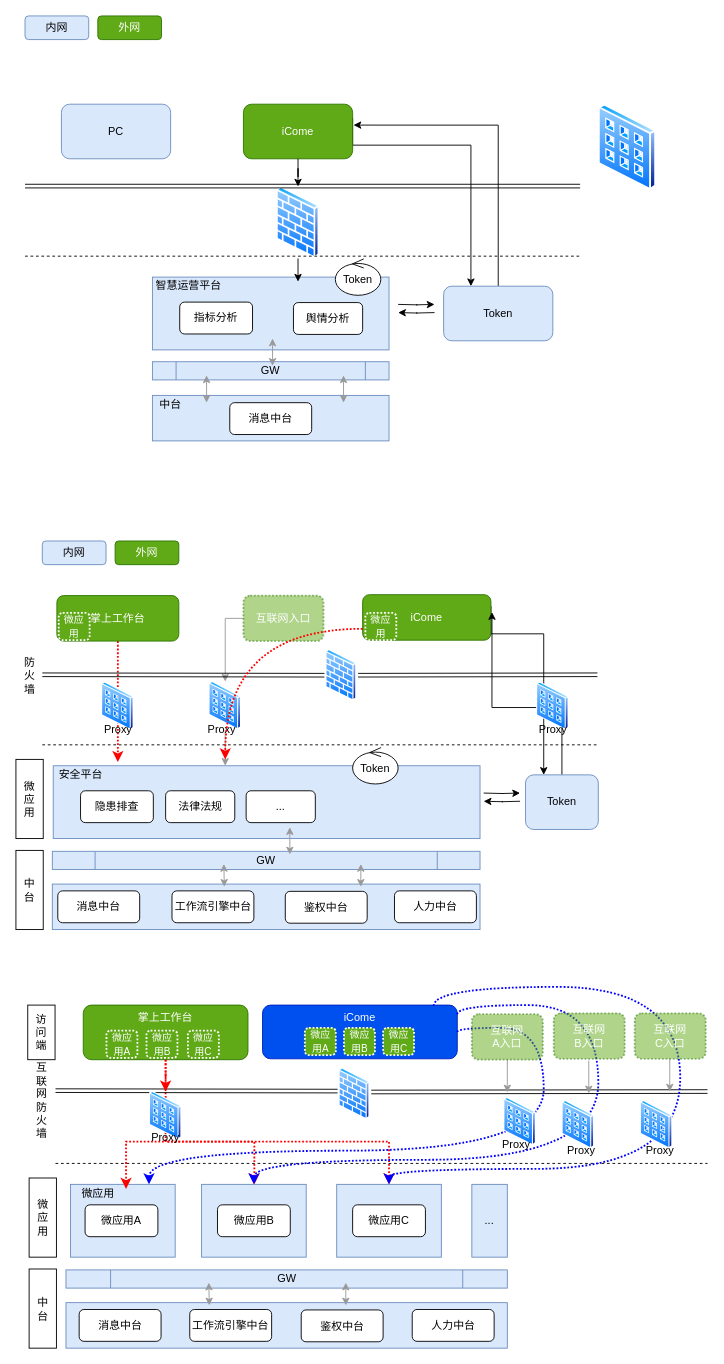
The draw.io diagram page "第 25 页" (24 of 26) of MQ服务.drawio in chinadragonsjz/project, before the edit. Source tidied: cells renumbered, new cells numbered last; positions are measured from the earlier drawing's top-left corner, leaving out a move shared by most shapes. Both pictures are drawn from the tidied source at 91%, with x=0, y=0 at pixel (15, 15).
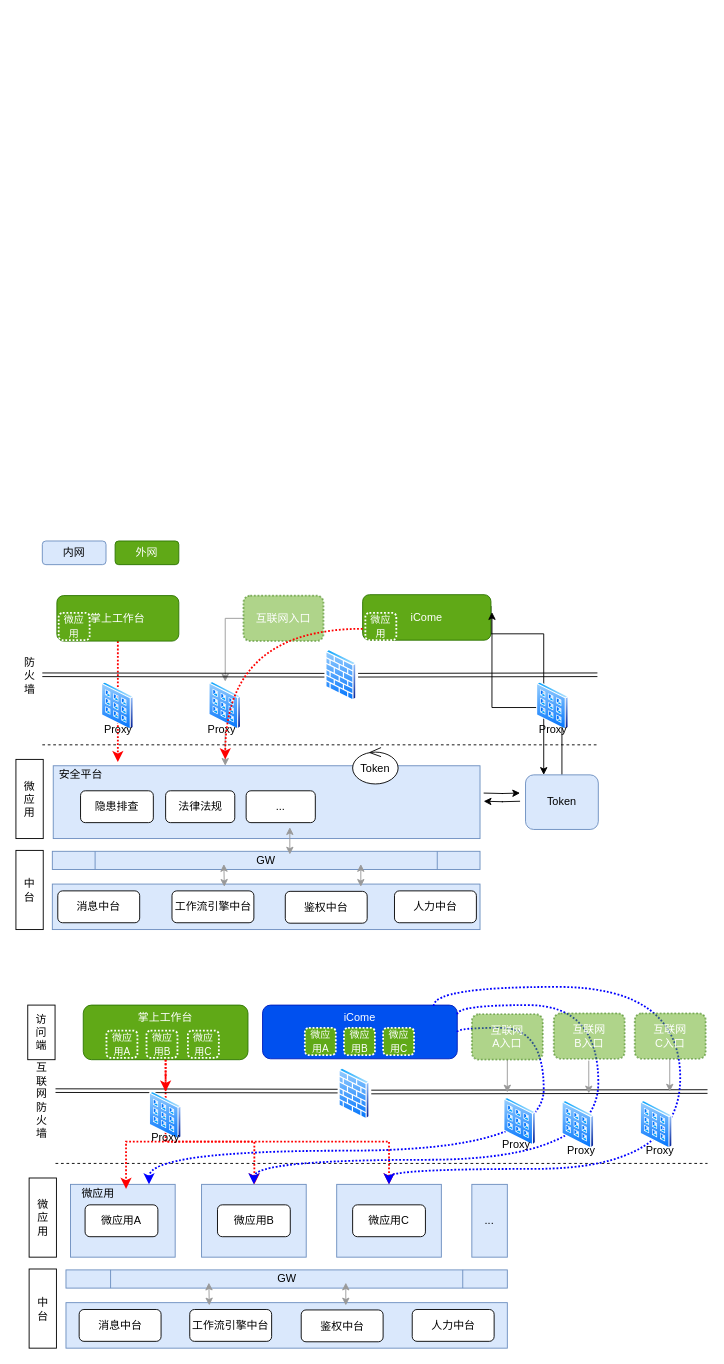
After the change.

Diff of the diagram source:
```diff
@@
-    <mxCell id="2" style="rounded=0;whiteSpace=wrap;html=1;fillColor=#dae8fc;strokeColor=#6c8ebf;" parent="1" vertex="1">
-      <mxGeometry x="150" y="417" width="260" height="50" as="geometry" />
-    </mxCell>
-    <mxCell id="3" style="rounded=0;whiteSpace=wrap;html=1;fillColor=#dae8fc;strokeColor=#6c8ebf;" parent="1" vertex="1">
-      <mxGeometry x="150" y="287" width="260" height="80" as="geometry" />
-    </mxCell>
-    <mxCell id="4" style="edgeStyle=orthogonalEdgeStyle;rounded=0;jettySize=auto;html=1;endArrow=classic;endFill=1;" parent="1" edge="1" source="16">
-      <mxGeometry relative="1" as="geometry">
-        <mxPoint x="310" y="292" as="targetPoint" />
-      </mxGeometry>
-    </mxCell>
-    <mxCell id="5" style="edgeStyle=orthogonalEdgeStyle;rounded=0;orthogonalLoop=1;jettySize=auto;html=1;endArrow=classic;endFill=1;" parent="1" edge="1">
-      <mxGeometry relative="1" as="geometry">
-        <mxPoint x="420" y="317" as="sourcePoint" />
-        <mxPoint x="460" y="317" as="targetPoint" />
-      </mxGeometry>
-    </mxCell>
-    <mxCell id="6" style="edgeStyle=orthogonalEdgeStyle;rounded=0;orthogonalLoop=1;jettySize=auto;html=1;endArrow=classic;endFill=1;" parent="1" edge="1">
-      <mxGeometry relative="1" as="geometry">
-        <mxPoint x="460" y="326" as="sourcePoint" />
-        <mxPoint x="420" y="326" as="targetPoint" />
-      </mxGeometry>
-    </mxCell>
-    <mxCell id="7" style="edgeStyle=orthogonalEdgeStyle;rounded=0;jettySize=auto;html=1;exitX=1;exitY=0.25;exitDx=0;exitDy=0;entryX=0.25;entryY=0;entryDx=0;entryDy=0;endArrow=classic;endFill=1;" parent="1" edge="1" source="8" target="10">
-      <mxGeometry relative="1" as="geometry">
-        <Array as="points">
-          <mxPoint x="370" y="142" />
-          <mxPoint x="500" y="142" />
-        </Array>
-      </mxGeometry>
-    </mxCell>
-    <mxCell id="8" value="iCome" style="rounded=1;whiteSpace=wrap;html=1;fillColor=#60a917;strokeColor=#2D7600;fontColor=#ffffff;" parent="1" vertex="1">
-      <mxGeometry x="250" y="97" width="120" height="60" as="geometry" />
-    </mxCell>
-    <mxCell id="9" style="edgeStyle=orthogonalEdgeStyle;rounded=0;jettySize=auto;html=1;exitX=0.5;exitY=0;exitDx=0;exitDy=0;entryX=1.008;entryY=0.383;entryDx=0;entryDy=0;entryPerimeter=0;endArrow=classic;endFill=1;" parent="1" edge="1" source="10" target="8">
-      <mxGeometry relative="1" as="geometry" />
-    </mxCell>
-    <mxCell id="10" value="Token" style="rounded=1;whiteSpace=wrap;html=1;fillColor=#dae8fc;strokeColor=#6c8ebf;" parent="1" vertex="1">
-      <mxGeometry x="470" y="297" width="120" height="60" as="geometry" />
-    </mxCell>
-    <mxCell id="11" value="指标分析" style="rounded=1;whiteSpace=wrap;html=1;" parent="1" vertex="1">
-      <mxGeometry x="180" y="314.5" width="80" height="35" as="geometry" />
-    </mxCell>
-    <mxCell id="12" value="消息中台" style="rounded=1;whiteSpace=wrap;html=1;" parent="1" vertex="1">
-      <mxGeometry x="235" y="425" width="90" height="35" as="geometry" />
-    </mxCell>
-    <mxCell id="13" value="舆情分析" style="rounded=1;whiteSpace=wrap;html=1;" parent="1" vertex="1">
-      <mxGeometry x="305" y="315" width="76" height="35" as="geometry" />
-    </mxCell>
-    <mxCell id="14" value="Token" style="ellipse;shape=umlControl;whiteSpace=wrap;html=1;" parent="1" vertex="1">
-      <mxGeometry x="351" y="267" width="50" height="40" as="geometry" />
-    </mxCell>
-    <mxCell id="15" style="perimeter=ellipsePerimeter;html=1;align=center;shadow=0;dashed=0;spacingTop=3;image;image=img/lib/active_directory/input_output_filter.svg;" parent="1" vertex="1">
-      <mxGeometry x="640" y="97" width="64" height="95" as="geometry" />
-    </mxCell>
-    <mxCell id="16" style="perimeter=ellipsePerimeter;html=1;align=center;shadow=0;dashed=0;spacingTop=3;image;image=img/lib/active_directory/firewall.svg;" parent="1" vertex="1">
-      <mxGeometry x="285.5" y="187.5" width="49" height="79" as="geometry" />
-    </mxCell>
-    <mxCell id="17" style="edgeStyle=orthogonalEdgeStyle;rounded=0;jettySize=auto;html=1;endArrow=classic;endFill=1;" parent="1" edge="1" source="8" target="16">
-      <mxGeometry relative="1" as="geometry" />
-    </mxCell>
-    <mxCell id="18" style="shape=link;html=1;endArrow=classic;endFill=1;" parent="1" edge="1">
-      <mxGeometry relative="1" as="geometry">
-        <mxPoint x="10" y="187" as="sourcePoint" />
-        <mxPoint x="620" y="187" as="targetPoint" />
-      </mxGeometry>
-    </mxCell>
-    <mxCell id="19" style="endArrow=none;dashed=1;html=1;" parent="1" edge="1">
-      <mxGeometry relative="1" as="geometry">
-        <mxPoint x="10" y="264" as="sourcePoint" />
-        <mxPoint x="620" y="264" as="targetPoint" />
-      </mxGeometry>
-    </mxCell>
-    <mxCell id="20" value="智慧运营平台" style="text;html=1;strokeColor=none;fillColor=none;align=center;verticalAlign=middle;whiteSpace=wrap;rounded=0;" parent="1" vertex="1">
-      <mxGeometry x="150" y="287" width="80" height="20" as="geometry" />
-    </mxCell>
-    <mxCell id="21" value="中台" style="text;html=1;strokeColor=none;fillColor=none;align=center;verticalAlign=middle;whiteSpace=wrap;rounded=0;" parent="1" vertex="1">
-      <mxGeometry x="150" y="417" width="40" height="20" as="geometry" />
-    </mxCell>
-    <mxCell id="22" value="PC" style="rounded=1;whiteSpace=wrap;html=1;fillColor=#dae8fc;strokeColor=#6c8ebf;" parent="1" vertex="1">
-      <mxGeometry x="50" y="97" width="120" height="60" as="geometry" />
-    </mxCell>
-    <mxCell id="23" value="内网" style="rounded=1;whiteSpace=wrap;html=1;fillColor=#dae8fc;strokeColor=#6c8ebf;" parent="1" vertex="1">
-      <mxGeometry x="10" width="70" height="26" as="geometry" />
-    </mxCell>
-    <mxCell id="24" value="外网" style="rounded=1;whiteSpace=wrap;html=1;fillColor=#60a917;strokeColor=#2D7600;fontColor=#ffffff;" parent="1" vertex="1">
-      <mxGeometry x="90" width="70" height="26" as="geometry" />
-    </mxCell>
-    <mxCell id="25" value="GW" style="shape=process;whiteSpace=wrap;html=1;backgroundOutline=1;fillColor=#dae8fc;strokeColor=#6c8ebf;" parent="1" vertex="1">
-      <mxGeometry x="150" y="380" width="260" height="20" as="geometry" />
-    </mxCell>
-    <mxCell id="26" style="endArrow=classic;startArrow=classic;html=1;strokeColor=#999999;" parent="1" edge="1">
-      <mxGeometry relative="1" as="geometry">
-        <mxPoint x="209.5" y="425" as="sourcePoint" />
-        <mxPoint x="209.5" y="395" as="targetPoint" />
-      </mxGeometry>
-    </mxCell>
-    <mxCell id="27" style="endArrow=classic;startArrow=classic;html=1;strokeColor=#999999;" parent="1" edge="1">
-      <mxGeometry relative="1" as="geometry">
-        <mxPoint x="360" y="425" as="sourcePoint" />
-        <mxPoint x="360" y="395" as="targetPoint" />
-      </mxGeometry>
-    </mxCell>
-    <mxCell id="28" style="endArrow=classic;startArrow=classic;html=1;strokeColor=#999999;" parent="1" edge="1">
-      <mxGeometry relative="1" as="geometry">
-        <mxPoint x="282" y="384.5" as="sourcePoint" />
-        <mxPoint x="282" y="354.5" as="targetPoint" />
-      </mxGeometry>
-    </mxCell>
```
